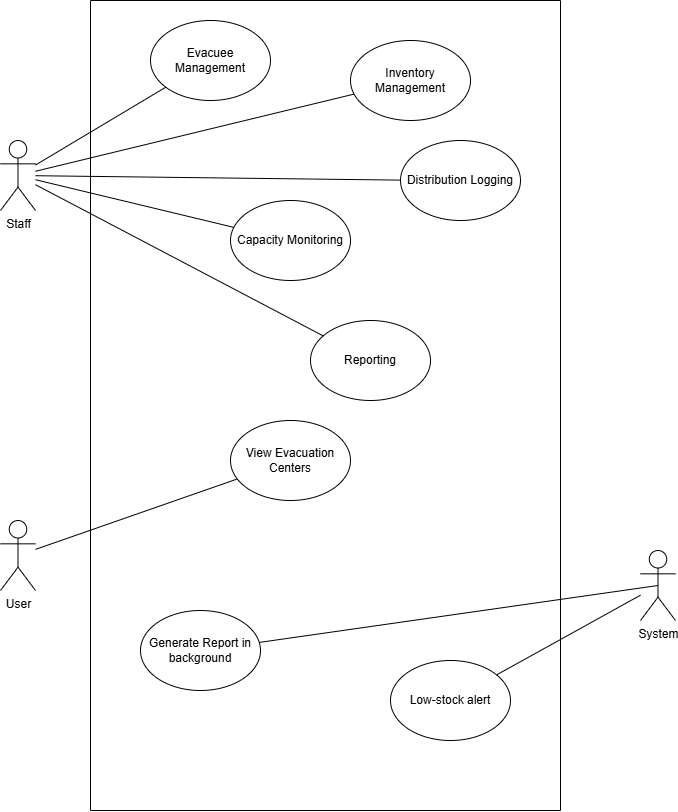
Earlier version of the draw.io export src/main/resources/diagrams/use-case-diagram.png (kworuu/CSIT228-Capstone). Source tidied: cells renumbered, new cells last; positions are measured from the earlier drawing's top-left corner, leaving out a move shared by most shapes. The source it was exported from:
```xml
<mxGraphModel>
  <root>
    <mxCell id="0" />
    <mxCell id="1" parent="0" />
    <mxCell id="2" style="swimlane;startSize=0;" parent="1" vertex="1">
      <mxGeometry x="90" width="470" height="810" as="geometry" />
    </mxCell>
    <mxCell id="3" value="View Evacuation Centers" style="ellipse;whiteSpace=wrap;html=1;" parent="2" vertex="1">
      <mxGeometry x="140" y="420" width="120" height="80" as="geometry" />
    </mxCell>
    <mxCell id="4" value="Evacuee Management" style="ellipse;whiteSpace=wrap;html=1;" parent="2" vertex="1">
      <mxGeometry x="60" y="20" width="120" height="80" as="geometry" />
    </mxCell>
    <mxCell id="5" value="Inventory Management" style="ellipse;whiteSpace=wrap;html=1;" parent="2" vertex="1">
      <mxGeometry x="260" y="40" width="120" height="80" as="geometry" />
    </mxCell>
    <mxCell id="6" value="Distribution Logging" style="ellipse;whiteSpace=wrap;html=1;" parent="2" vertex="1">
      <mxGeometry x="310" y="140" width="120" height="80" as="geometry" />
    </mxCell>
    <mxCell id="7" value="Capacity Monitoring" style="ellipse;whiteSpace=wrap;html=1;" parent="2" vertex="1">
      <mxGeometry x="140" y="200" width="120" height="80" as="geometry" />
    </mxCell>
    <mxCell id="8" value="Reporting" style="ellipse;whiteSpace=wrap;html=1;" parent="2" vertex="1">
      <mxGeometry x="220" y="320" width="120" height="80" as="geometry" />
    </mxCell>
    <mxCell id="9" value="Generate Report in background" style="ellipse;whiteSpace=wrap;html=1;" parent="2" vertex="1">
      <mxGeometry x="50" y="610" width="120" height="80" as="geometry" />
    </mxCell>
    <mxCell id="10" value="Low-stock alert" style="ellipse;whiteSpace=wrap;html=1;" parent="2" vertex="1">
      <mxGeometry x="300" y="660" width="120" height="80" as="geometry" />
    </mxCell>
    <mxCell id="11" style="rounded=0;jettySize=auto;html=1;endArrow=none;endFill=0;" parent="1" edge="1" source="12" target="3">
      <mxGeometry relative="1" as="geometry" />
    </mxCell>
    <mxCell id="12" value="User" style="shape=umlActor;verticalLabelPosition=bottom;verticalAlign=top;html=1;outlineConnect=0;" parent="1" vertex="1">
      <mxGeometry y="520" width="35" height="70" as="geometry" />
    </mxCell>
    <mxCell id="13" style="rounded=0;jettySize=auto;html=1;endArrow=none;endFill=0;" parent="1" edge="1" source="18" target="4">
      <mxGeometry relative="1" as="geometry" />
    </mxCell>
    <mxCell id="14" style="rounded=0;jettySize=auto;html=1;endArrow=none;endFill=0;" parent="1" edge="1" source="18" target="5">
      <mxGeometry relative="1" as="geometry" />
    </mxCell>
    <mxCell id="15" style="rounded=0;jettySize=auto;html=1;endArrow=none;endFill=0;" parent="1" edge="1" source="18" target="6">
      <mxGeometry relative="1" as="geometry" />
    </mxCell>
    <mxCell id="16" style="rounded=0;jettySize=auto;html=1;endArrow=none;endFill=0;" parent="1" edge="1" source="18" target="7">
      <mxGeometry relative="1" as="geometry" />
    </mxCell>
    <mxCell id="17" style="rounded=0;jettySize=auto;html=1;endArrow=none;endFill=0;" parent="1" edge="1" source="18" target="8">
      <mxGeometry relative="1" as="geometry" />
    </mxCell>
    <mxCell id="18" value="Staff" style="shape=umlActor;verticalLabelPosition=bottom;verticalAlign=top;html=1;outlineConnect=0;" parent="1" vertex="1">
      <mxGeometry y="140" width="35" height="70" as="geometry" />
    </mxCell>
    <mxCell id="19" style="rounded=0;jettySize=auto;html=1;exitX=0.5;exitY=0.5;exitDx=0;exitDy=0;exitPerimeter=0;endArrow=none;endFill=0;" parent="1" edge="1" source="21" target="9">
      <mxGeometry relative="1" as="geometry" />
    </mxCell>
    <mxCell id="20" style="rounded=0;jettySize=auto;html=1;endArrow=none;endFill=0;" parent="1" edge="1" source="21" target="10">
      <mxGeometry relative="1" as="geometry" />
    </mxCell>
    <mxCell id="21" value="System" style="shape=umlActor;verticalLabelPosition=bottom;verticalAlign=top;html=1;outlineConnect=0;" parent="1" vertex="1">
      <mxGeometry x="640" y="550" width="35" height="70" as="geometry" />
    </mxCell>
  </root>
</mxGraphModel>
```
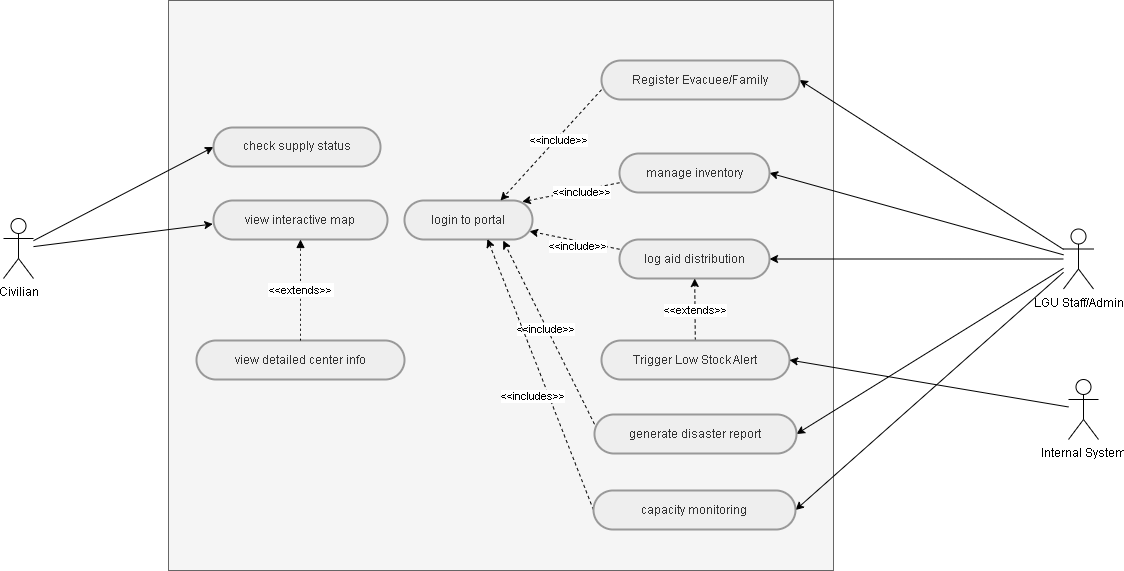
After the change.

Commit message:
updated use-case diagram

The edit, as a diff of the source:
```diff
@@ -2,65 +2,120 @@
   <root>
     <mxCell id="0" />
     <mxCell id="1" parent="0" />
-    <mxCell id="2" style="swimlane;startSize=0;" parent="1" vertex="1">
-      <mxGeometry x="90" width="470" height="810" as="geometry" />
-    </mxCell>
-    <mxCell id="3" value="View Evacuation Centers" style="ellipse;whiteSpace=wrap;html=1;" parent="2" vertex="1">
-      <mxGeometry x="140" y="420" width="120" height="80" as="geometry" />
-    </mxCell>
-    <mxCell id="4" value="Evacuee Management" style="ellipse;whiteSpace=wrap;html=1;" parent="2" vertex="1">
-      <mxGeometry x="60" y="20" width="120" height="80" as="geometry" />
-    </mxCell>
-    <mxCell id="5" value="Inventory Management" style="ellipse;whiteSpace=wrap;html=1;" parent="2" vertex="1">
-      <mxGeometry x="260" y="40" width="120" height="80" as="geometry" />
-    </mxCell>
-    <mxCell id="6" value="Distribution Logging" style="ellipse;whiteSpace=wrap;html=1;" parent="2" vertex="1">
-      <mxGeometry x="310" y="140" width="120" height="80" as="geometry" />
-    </mxCell>
-    <mxCell id="7" value="Capacity Monitoring" style="ellipse;whiteSpace=wrap;html=1;" parent="2" vertex="1">
-      <mxGeometry x="140" y="200" width="120" height="80" as="geometry" />
-    </mxCell>
-    <mxCell id="8" value="Reporting" style="ellipse;whiteSpace=wrap;html=1;" parent="2" vertex="1">
-      <mxGeometry x="220" y="320" width="120" height="80" as="geometry" />
-    </mxCell>
-    <mxCell id="9" value="Generate Report in background" style="ellipse;whiteSpace=wrap;html=1;" parent="2" vertex="1">
-      <mxGeometry x="50" y="610" width="120" height="80" as="geometry" />
-    </mxCell>
-    <mxCell id="10" value="Low-stock alert" style="ellipse;whiteSpace=wrap;html=1;" parent="2" vertex="1">
-      <mxGeometry x="300" y="660" width="120" height="80" as="geometry" />
-    </mxCell>
-    <mxCell id="11" style="rounded=0;jettySize=auto;html=1;endArrow=none;endFill=0;" parent="1" edge="1" source="12" target="3">
-      <mxGeometry relative="1" as="geometry" />
-    </mxCell>
-    <mxCell id="12" value="User" style="shape=umlActor;verticalLabelPosition=bottom;verticalAlign=top;html=1;outlineConnect=0;" parent="1" vertex="1">
-      <mxGeometry y="520" width="35" height="70" as="geometry" />
-    </mxCell>
-    <mxCell id="13" style="rounded=0;jettySize=auto;html=1;endArrow=none;endFill=0;" parent="1" edge="1" source="18" target="4">
-      <mxGeometry relative="1" as="geometry" />
-    </mxCell>
-    <mxCell id="14" style="rounded=0;jettySize=auto;html=1;endArrow=none;endFill=0;" parent="1" edge="1" source="18" target="5">
-      <mxGeometry relative="1" as="geometry" />
-    </mxCell>
-    <mxCell id="15" style="rounded=0;jettySize=auto;html=1;endArrow=none;endFill=0;" parent="1" edge="1" source="18" target="6">
-      <mxGeometry relative="1" as="geometry" />
-    </mxCell>
-    <mxCell id="16" style="rounded=0;jettySize=auto;html=1;endArrow=none;endFill=0;" parent="1" edge="1" source="18" target="7">
-      <mxGeometry relative="1" as="geometry" />
-    </mxCell>
-    <mxCell id="17" style="rounded=0;jettySize=auto;html=1;endArrow=none;endFill=0;" parent="1" edge="1" source="18" target="8">
-      <mxGeometry relative="1" as="geometry" />
-    </mxCell>
-    <mxCell id="18" value="Staff" style="shape=umlActor;verticalLabelPosition=bottom;verticalAlign=top;html=1;outlineConnect=0;" parent="1" vertex="1">
-      <mxGeometry y="140" width="35" height="70" as="geometry" />
-    </mxCell>
-    <mxCell id="19" style="rounded=0;jettySize=auto;html=1;exitX=0.5;exitY=0.5;exitDx=0;exitDy=0;exitPerimeter=0;endArrow=none;endFill=0;" parent="1" edge="1" source="21" target="9">
-      <mxGeometry relative="1" as="geometry" />
-    </mxCell>
-    <mxCell id="20" style="rounded=0;jettySize=auto;html=1;endArrow=none;endFill=0;" parent="1" edge="1" source="21" target="10">
-      <mxGeometry relative="1" as="geometry" />
-    </mxCell>
-    <mxCell id="21" value="System" style="shape=umlActor;verticalLabelPosition=bottom;verticalAlign=top;html=1;outlineConnect=0;" parent="1" vertex="1">
-      <mxGeometry x="640" y="550" width="35" height="70" as="geometry" />
-    </mxCell>
+    <mxCell id="22" style="html=1;whiteSpace=wrap;verticalAlign=top;fillColor=#f5f5f5;fontColor=#333333;strokeColor=#666666;" parent="1" vertex="1">
+      <mxGeometry x="95" y="60" width="665" height="570" as="geometry" />
+    </mxCell>
+    <mxCell id="23" style="rounded=0;jettySize=auto;html=1;entryX=0;entryY=0.5;entryDx=0;entryDy=0;" parent="1" edge="1" source="25" target="34">
+      <mxGeometry relative="1" as="geometry" />
+    </mxCell>
+    <mxCell id="24" style="rounded=0;jettySize=auto;html=1;entryX=-0.004;entryY=0.603;entryDx=0;entryDy=0;entryPerimeter=0;" parent="1" edge="1" source="25" target="32">
+      <mxGeometry relative="1" as="geometry" />
+    </mxCell>
+    <mxCell id="25" value="Civilian" style="shape=umlActor;verticalLabelPosition=bottom;verticalAlign=top;html=1;outlineConnect=0;" parent="1" vertex="1">
+      <mxGeometry x="-70" y="278" width="30" height="60" as="geometry" />
+    </mxCell>
+    <mxCell id="26" style="rounded=0;jettySize=auto;html=1;entryX=1;entryY=0.5;entryDx=0;entryDy=0;" parent="1" edge="1" source="31" target="39">
+      <mxGeometry relative="1" as="geometry" />
+    </mxCell>
+    <mxCell id="27" style="rounded=0;jettySize=auto;html=1;entryX=1;entryY=0.5;entryDx=0;entryDy=0;" parent="1" edge="1" source="31" target="42">
+      <mxGeometry relative="1" as="geometry" />
+    </mxCell>
+    <mxCell id="28" style="rounded=0;jettySize=auto;html=1;entryX=1;entryY=0.5;entryDx=0;entryDy=0;" parent="1" edge="1" source="31" target="45">
+      <mxGeometry relative="1" as="geometry" />
+    </mxCell>
+    <mxCell id="29" style="rounded=0;jettySize=auto;html=1;entryX=1;entryY=0.5;entryDx=0;entryDy=0;" parent="1" edge="1" source="31" target="48">
+      <mxGeometry relative="1" as="geometry" />
+    </mxCell>
+    <mxCell id="30" style="rounded=0;jettySize=auto;html=1;entryX=1;entryY=0.5;entryDx=0;entryDy=0;" parent="1" edge="1" source="31" target="54">
+      <mxGeometry relative="1" as="geometry" />
+    </mxCell>
+    <mxCell id="31" value="LGU Staff/Admin" style="shape=umlActor;verticalLabelPosition=bottom;verticalAlign=top;html=1;outlineConnect=0;" parent="1" vertex="1">
+      <mxGeometry x="990" y="288.5" width="30" height="60" as="geometry" />
+    </mxCell>
+    <mxCell id="32" value="view interactive map" style="rounded=1;whiteSpace=wrap;arcSize=50;strokeWidth=2;fillColor=light-dark(#eeeeee,#1f2020);strokeColor=light-dark(#999999,#cccccc);fontColor=light-dark(#333333,#cccccc);" parent="1" vertex="1">
+      <mxGeometry x="140" y="260" width="174" height="39" as="geometry" />
+    </mxCell>
+    <mxCell id="33" value="view detailed center info" style="rounded=1;whiteSpace=wrap;arcSize=50;strokeWidth=2;fillColor=light-dark(#eeeeee,#1f2020);strokeColor=light-dark(#999999,#cccccc);fontColor=light-dark(#333333,#cccccc);" parent="1" vertex="1">
+      <mxGeometry x="123" y="400" width="208" height="39" as="geometry" />
+    </mxCell>
+    <mxCell id="34" value="check supply status" style="rounded=1;whiteSpace=wrap;arcSize=50;strokeWidth=2;fillColor=light-dark(#eeeeee,#1f2020);strokeColor=light-dark(#999999,#cccccc);fontColor=light-dark(#333333,#cccccc);" parent="1" vertex="1">
+      <mxGeometry x="140" y="187" width="167" height="39" as="geometry" />
+    </mxCell>
+    <mxCell id="35" value="&lt;&lt;extends&gt;&gt;" style="curved=1;dashed=1;dashPattern=2 3;startArrow=none;endArrow=block;rounded=0;" parent="1" edge="1" source="33" target="32">
+      <mxGeometry relative="1" as="geometry" />
+    </mxCell>
+    <mxCell id="36" value="login to portal" style="rounded=1;whiteSpace=wrap;arcSize=50;strokeWidth=2;fillColor=light-dark(#eeeeee,#1f2020);strokeColor=light-dark(#999999,#cccccc);fontColor=light-dark(#333333,#cccccc);" parent="1" vertex="1">
+      <mxGeometry x="331" y="260" width="128" height="39" as="geometry" />
+    </mxCell>
+    <mxCell id="37" style="rounded=0;jettySize=auto;html=1;exitX=0;exitY=0.75;exitDx=0;exitDy=0;entryX=0.75;entryY=0;entryDx=0;entryDy=0;dashed=1;" parent="1" edge="1" source="39" target="36">
+      <mxGeometry relative="1" as="geometry" />
+    </mxCell>
+    <mxCell id="38" value="&amp;lt;&amp;lt;include&amp;gt;&amp;gt;" style="edgeLabel;html=1;align=center;verticalAlign=middle;" parent="37" vertex="1">
+      <mxGeometry x="-0.07" y="-2" relative="1" as="geometry">
+        <mxPoint x="4" as="offset" />
+      </mxGeometry>
+    </mxCell>
+    <mxCell id="39" value="Register Evacuee/Family" style="rounded=1;whiteSpace=wrap;arcSize=50;strokeWidth=2;fillColor=light-dark(#eeeeee,#1f2020);strokeColor=light-dark(#999999,#cccccc);fontColor=light-dark(#333333,#cccccc);" parent="1" vertex="1">
+      <mxGeometry x="528" y="120" width="198" height="39" as="geometry" />
+    </mxCell>
+    <mxCell id="40" style="rounded=0;jettySize=auto;html=1;exitX=0;exitY=0.75;exitDx=0;exitDy=0;entryX=0.92;entryY=0.031;entryDx=0;entryDy=0;entryPerimeter=0;dashed=1;" parent="1" edge="1" source="42" target="36">
+      <mxGeometry relative="1" as="geometry" />
+    </mxCell>
+    <mxCell id="41" value="&amp;lt;&amp;lt;include&amp;gt;&amp;gt;" style="edgeLabel;html=1;align=center;verticalAlign=middle;" parent="40" vertex="1">
+      <mxGeometry x="-0.1" relative="1" as="geometry">
+        <mxPoint x="5" as="offset" />
+      </mxGeometry>
+    </mxCell>
+    <mxCell id="42" value="manage inventory" style="rounded=1;whiteSpace=wrap;arcSize=50;strokeWidth=2;fillColor=light-dark(#eeeeee,#1f2020);strokeColor=light-dark(#999999,#cccccc);fontColor=light-dark(#333333,#cccccc);" parent="1" vertex="1">
+      <mxGeometry x="546" y="213" width="150" height="39" as="geometry" />
+    </mxCell>
+    <mxCell id="43" style="rounded=0;jettySize=auto;html=1;entryX=0.977;entryY=0.789;entryDx=0;entryDy=0;entryPerimeter=0;exitX=0;exitY=0.25;exitDx=0;exitDy=0;dashed=1;" parent="1" edge="1" source="45" target="36">
+      <mxGeometry relative="1" as="geometry" />
+    </mxCell>
+    <mxCell id="44" value="&amp;lt;&amp;lt;include&amp;gt;&amp;gt;" style="edgeLabel;html=1;align=center;verticalAlign=middle;" parent="43" vertex="1">
+      <mxGeometry x="-0.07" y="1" relative="1" as="geometry">
+        <mxPoint y="4" as="offset" />
+      </mxGeometry>
+    </mxCell>
+    <mxCell id="45" value="log aid distribution" style="rounded=1;whiteSpace=wrap;arcSize=50;strokeWidth=2;fillColor=light-dark(#eeeeee,#1f2020);strokeColor=light-dark(#999999,#cccccc);fontColor=light-dark(#333333,#cccccc);" parent="1" vertex="1">
+      <mxGeometry x="546" y="299" width="150" height="39" as="geometry" />
+    </mxCell>
+    <mxCell id="46" style="rounded=0;jettySize=auto;html=1;entryX=0.771;entryY=1.028;entryDx=0;entryDy=0;entryPerimeter=0;exitX=0;exitY=0.25;exitDx=0;exitDy=0;dashed=1;" parent="1" edge="1" source="48" target="36">
+      <mxGeometry relative="1" as="geometry" />
+    </mxCell>
+    <mxCell id="47" value="&amp;lt;&amp;lt;include&amp;gt;&amp;gt;" style="edgeLabel;html=1;align=center;verticalAlign=middle;" parent="46" vertex="1">
+      <mxGeometry x="0.09" relative="1" as="geometry">
+        <mxPoint y="5" as="offset" />
+      </mxGeometry>
+    </mxCell>
+    <mxCell id="48" value="generate disaster report" style="rounded=1;whiteSpace=wrap;arcSize=50;strokeWidth=2;fillColor=light-dark(#eeeeee,#1f2020);strokeColor=light-dark(#999999,#cccccc);fontColor=light-dark(#333333,#cccccc);" parent="1" vertex="1">
+      <mxGeometry x="521" y="474" width="202" height="39" as="geometry" />
+    </mxCell>
+    <mxCell id="49" style="rounded=0;jettySize=auto;html=1;dashed=1;" parent="1" edge="1" source="51" target="45">
+      <mxGeometry relative="1" as="geometry" />
+    </mxCell>
+    <mxCell id="50" value="&amp;lt;&amp;lt;extends&amp;gt;&amp;gt;" style="edgeLabel;html=1;align=center;verticalAlign=middle;" parent="49" vertex="1">
+      <mxGeometry x="0.02" relative="1" as="geometry" />
+    </mxCell>
+    <mxCell id="51" value="Trigger Low Stock Alert" style="rounded=1;whiteSpace=wrap;arcSize=50;strokeWidth=2;fillColor=light-dark(#eeeeee,#1f2020);strokeColor=light-dark(#999999,#cccccc);fontColor=light-dark(#333333,#cccccc);" parent="1" vertex="1">
+      <mxGeometry x="528" y="400" width="188" height="39" as="geometry" />
+    </mxCell>
+    <mxCell id="52" style="rounded=0;jettySize=auto;html=1;exitX=0;exitY=0.5;exitDx=0;exitDy=0;dashed=1;entryX=0.648;entryY=0.989;entryDx=0;entryDy=0;entryPerimeter=0;" parent="1" edge="1" source="54" target="36">
+      <mxGeometry relative="1" as="geometry" />
+    </mxCell>
+    <mxCell id="53" value="&amp;lt;&amp;lt;includes&amp;gt;&amp;gt;" style="edgeLabel;html=1;align=center;verticalAlign=middle;" parent="52" vertex="1">
+      <mxGeometry x="-0.16" y="2" relative="1" as="geometry">
+        <mxPoint x="-15" as="offset" />
+      </mxGeometry>
+    </mxCell>
+    <mxCell id="54" value="capacity monitoring" style="rounded=1;whiteSpace=wrap;arcSize=50;strokeWidth=2;fillColor=light-dark(#eeeeee,#1f2020);strokeColor=light-dark(#999999,#cccccc);fontColor=light-dark(#333333,#cccccc);" parent="1" vertex="1">
+      <mxGeometry x="520" y="550" width="202" height="39" as="geometry" />
+    </mxCell>
+    <mxCell id="55" style="rounded=0;jettySize=auto;html=1;entryX=1;entryY=0.5;entryDx=0;entryDy=0;" parent="1" edge="1" source="56" target="51">
+      <mxGeometry relative="1" as="geometry" />
+    </mxCell>
+    <mxCell id="56" value="Internal System" style="shape=umlActor;verticalLabelPosition=bottom;verticalAlign=top;html=1;outlineConnect=0;" parent="1" vertex="1">
+      <mxGeometry x="995" y="439" width="30" height="60" as="geometry" />
+    </mxCell>
   </root>
 </mxGraphModel>
```
